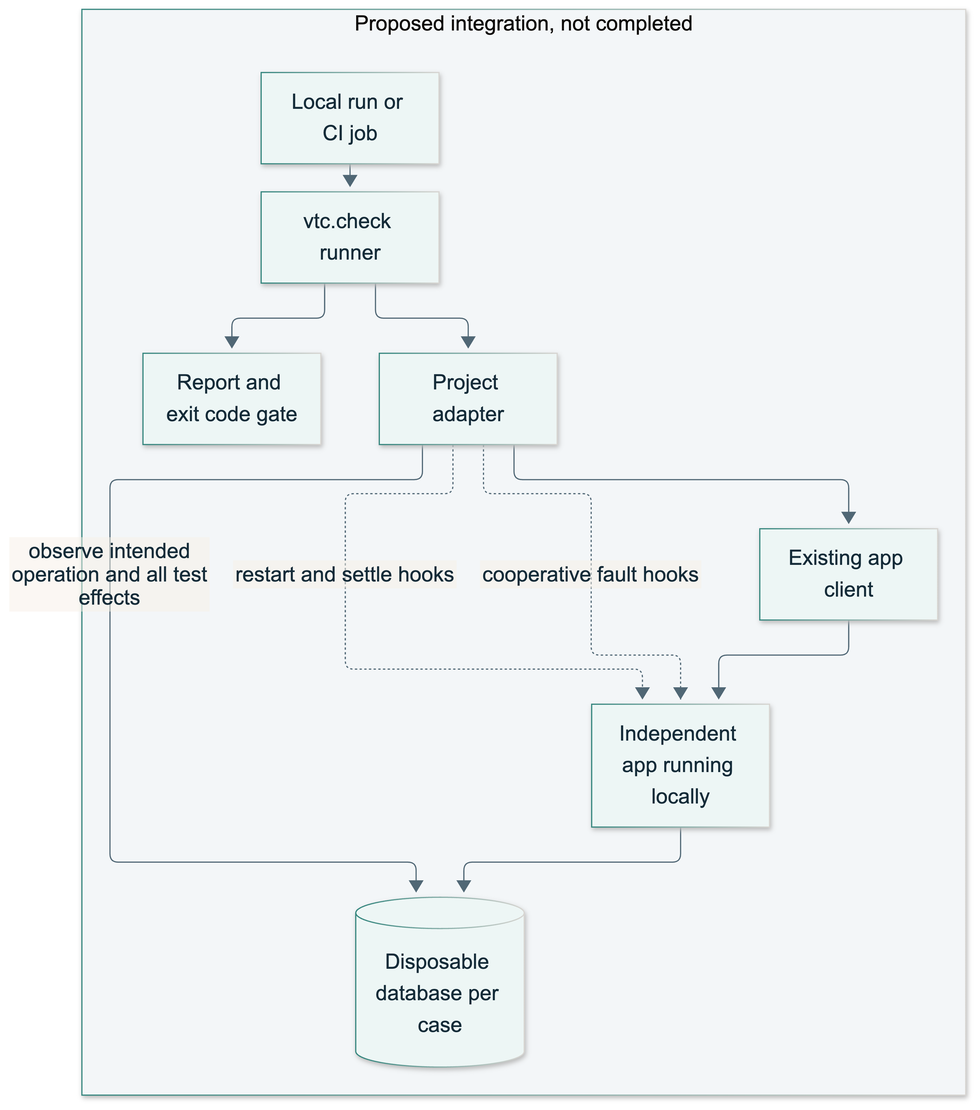
Above: docs/diagrams/verified-tools-3.png in gael55x/verified-tool-calls-lab (Mermaid), before the change. Its source is kept beside it as docs/diagrams/verified-tools-3.mmd.
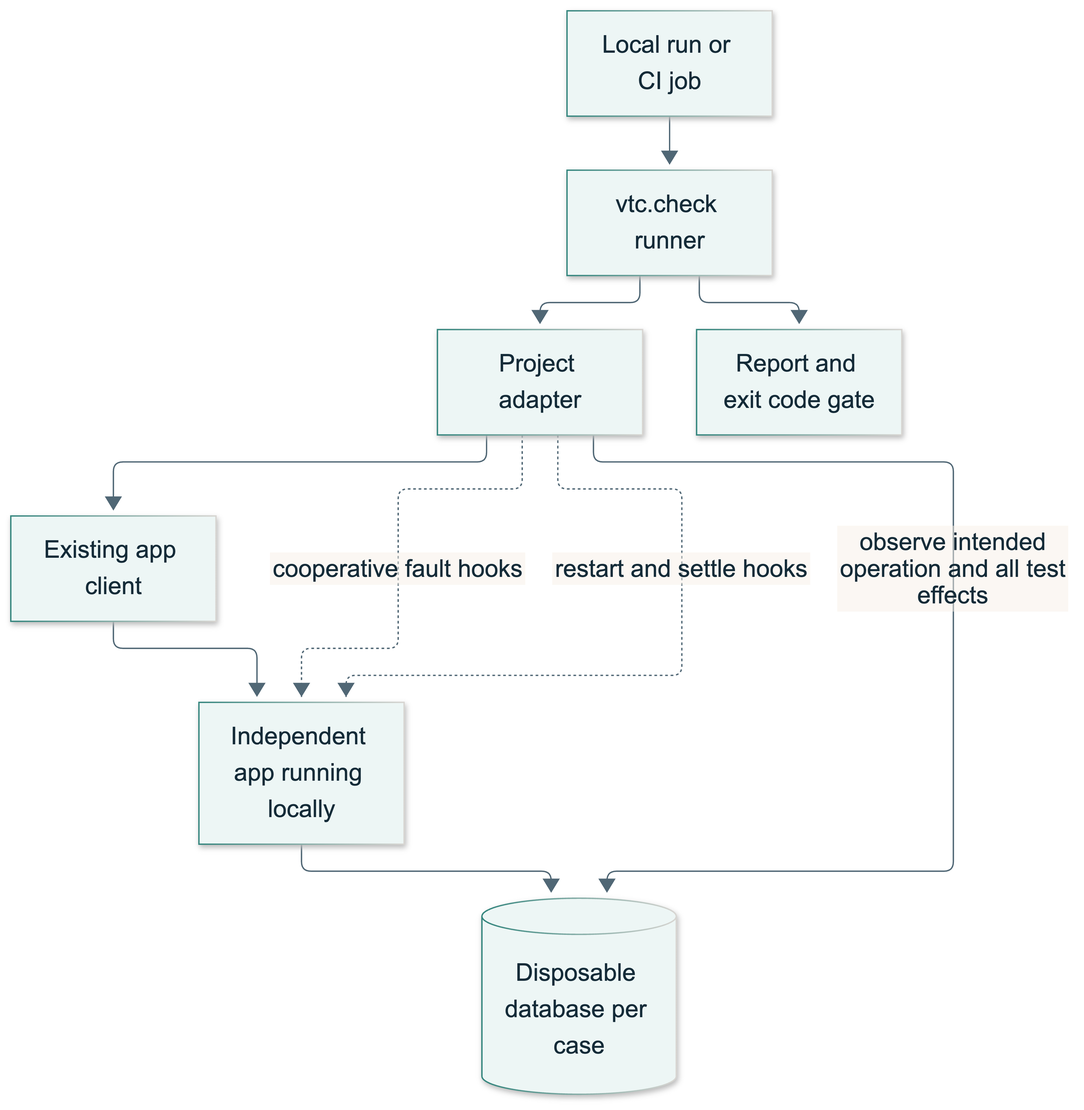
Above is the later version.

Commit message:
Keep integration explanations outside diagrams

The edit, as a diff of the source:
```diff
@@ -1,5 +1,4 @@
 flowchart TD
-    subgraph PROP[Proposed integration, not completed]
         CI[Local run or CI job] --> RUN[vtc.check runner]
         RUN --> AD[Project adapter]
         AD --> CL[Existing app client]
@@ -9,4 +8,3 @@
         AD -.->|restart and settle hooks| APP
         AD -->|observe intended operation and all test effects| DB
         RUN --> GATE[Report and exit code gate]
-    end
```
